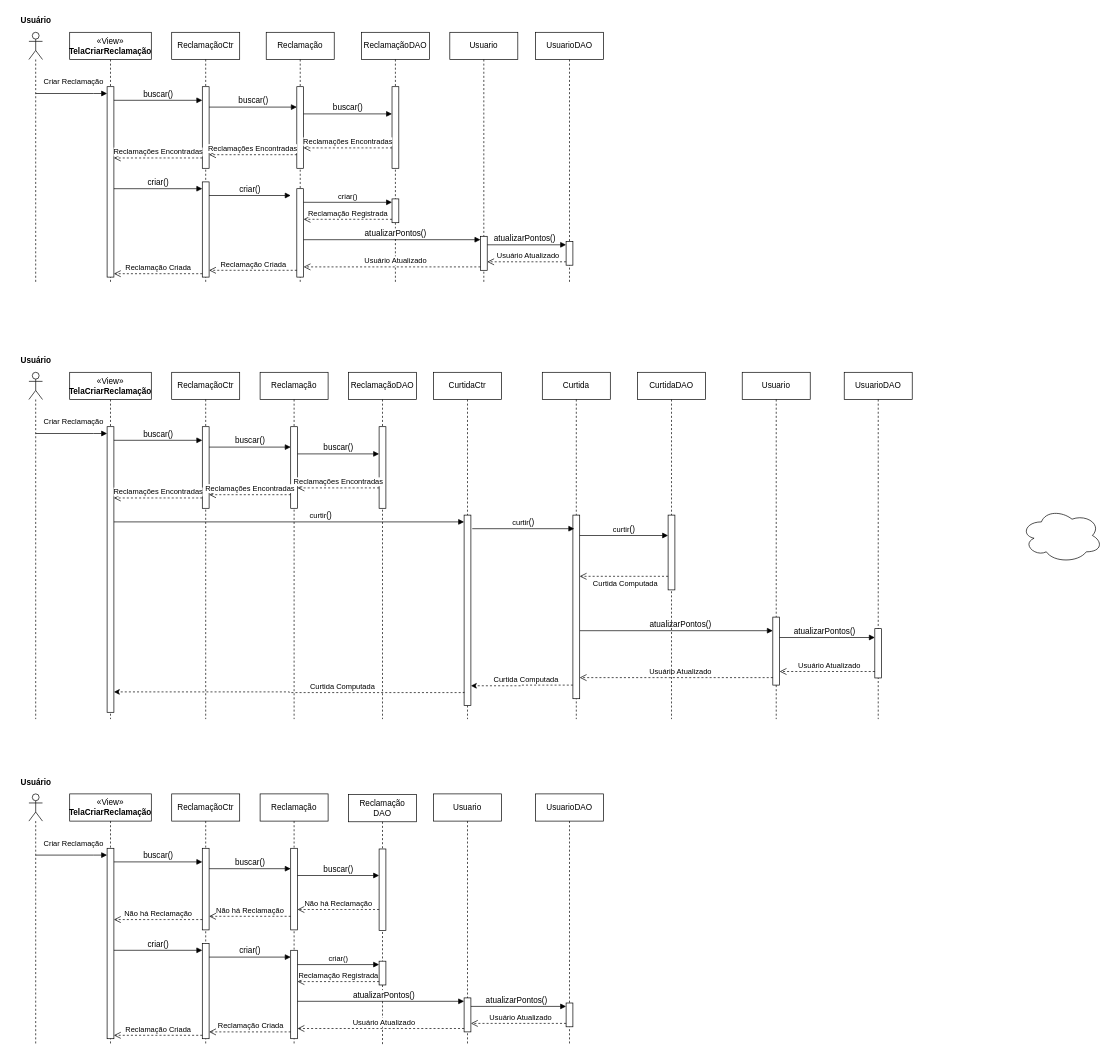
Before: Documentação/Diagramas/Diagramas de Sequencia/Diagrama Sequencia Criar Denuncia.drawio in frsouzaa/Documentacao-TCC-NossaVia, a draw.io diagram. Source tidied: cells renumbered, new cells numbered last; positions are measured from the earlier drawing's top-left corner, leaving out a move shared by most shapes. Both pictures are drawn from the tidied source at 68%, with x=0, y=0 at pixel (12, 12).
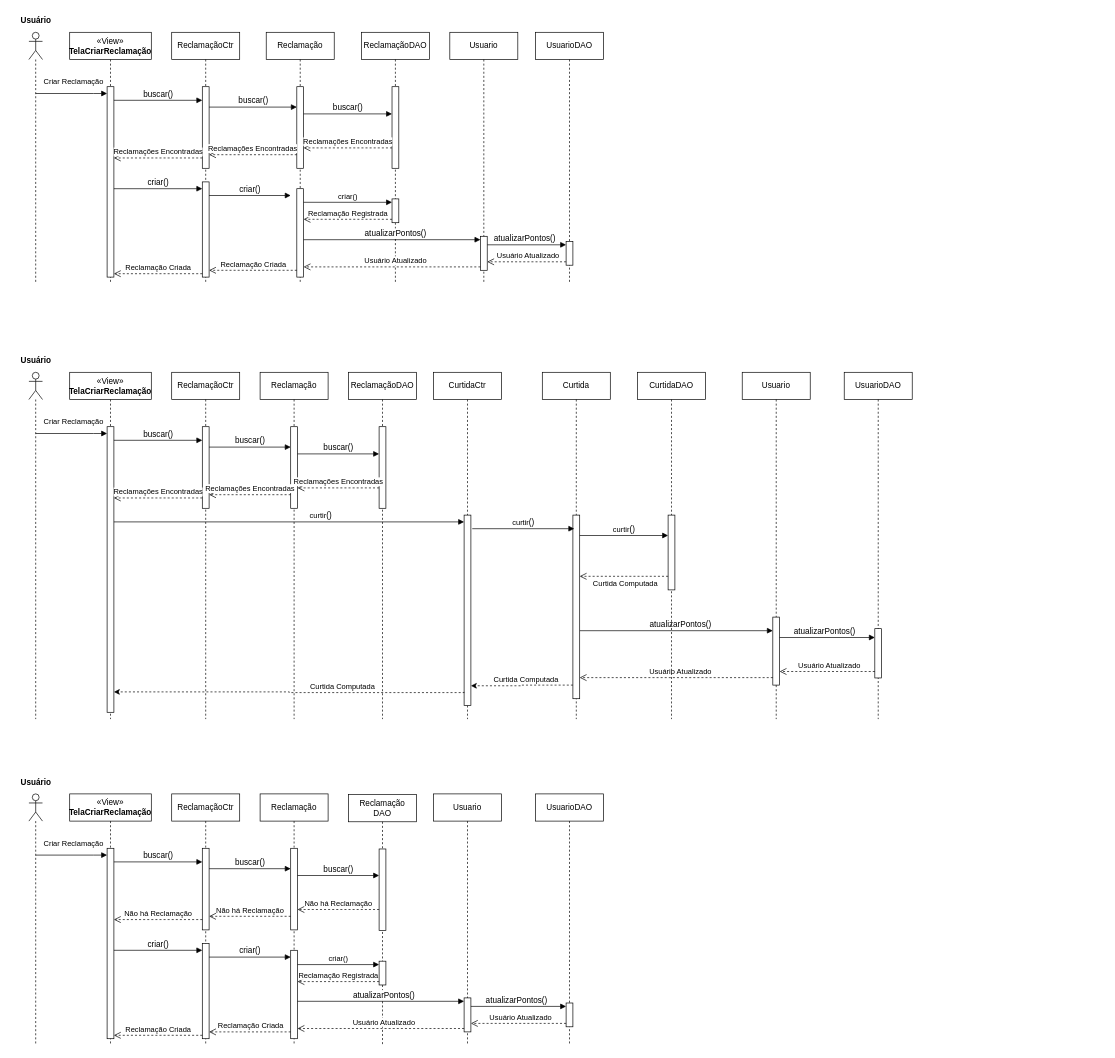
The same diagram, later.

Change to the diagram source:
```diff
@@
-    <mxCell id="109" style="ellipse;shape=cloud;whiteSpace=wrap;html=1;" parent="1" vertex="1">
-      <mxGeometry x="1484" y="730" width="120" height="80" as="geometry" />
-    </mxCell>
```
